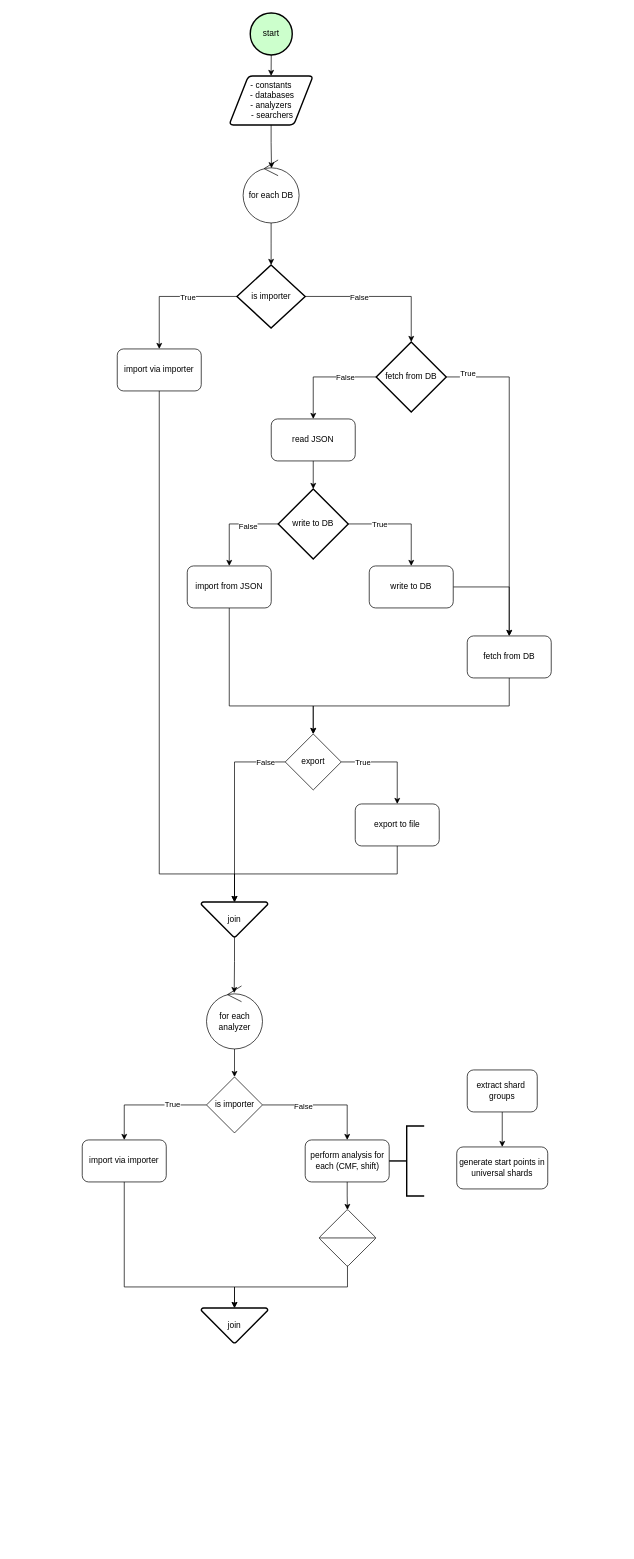
Earlier version of the draw.io diagram Untitled Diagram.drawio (UriKH/RT-CMF-sys). Source tidied: cells renumbered, new cells numbered last; positions are measured from the earlier drawing's top-left corner, leaving out a move shared by most shapes. Both pictures are drawn from the tidied source at 70%, with x=0, y=0 at pixel (82, 13).
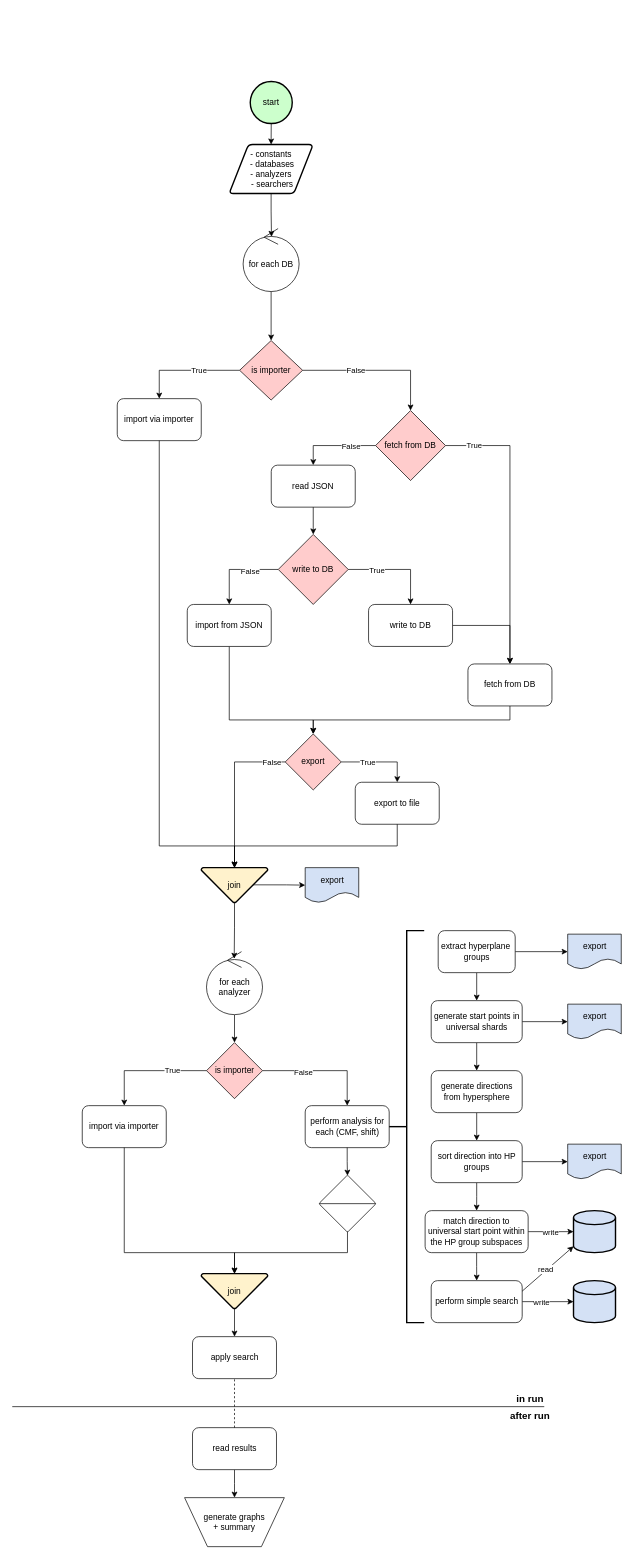
The same diagram, later.

The change refers to these unchanged cells:
```xml
<mxCell id="29" style="edgeStyle=orthogonalEdgeStyle;rounded=0;jettySize=auto;html=1;exitX=1;exitY=0.5;exitDx=0;exitDy=0;entryX=0.5;entryY=0;entryDx=0;entryDy=0;" parent="1" edge="1" source="31" target="32">
  <mxGeometry relative="1" as="geometry" />
</mxCell>
```

Diff of the diagram source:
```diff
@@
     <mxCell id="3" value="start" style="strokeWidth=2;html=1;shape=mxgraph.flowchart.start_2;whiteSpace=wrap;direction=north;fillColor=#CCFFCC;" parent="1" vertex="1">
-      <mxGeometry x="240" width="60" height="60" as="geometry" />
+      <mxGeometry x="240" y="98" width="60" height="60" as="geometry" />
     </mxCell>
-    <mxCell id="4" style="edgeStyle=orthogonalEdgeStyle;rounded=0;jettySize=auto;html=1;exitX=0;exitY=0.5;exitDx=0;exitDy=0;exitPerimeter=0;entryX=0.5;entryY=0;entryDx=0;entryDy=0;" parent="1" edge="1" source="6" target="10">
+    <mxCell id="4" style="edgeStyle=orthogonalEdgeStyle;rounded=0;jettySize=auto;html=1;exitX=0;exitY=0.5;exitDx=0;exitDy=0;entryX=0.5;entryY=0;entryDx=0;entryDy=0;" parent="1" edge="1" source="6" target="10">
       <mxGeometry relative="1" as="geometry" />
     </mxCell>
@@
-    <mxCell id="6" value="&lt;div&gt;&lt;span style=&quot;background-color: transparent; color: light-dark(rgb(0, 0, 0), rgb(255, 255, 255));&quot;&gt;is importer&lt;/span&gt;&lt;/div&gt;" style="strokeWidth=2;html=1;shape=mxgraph.flowchart.decision;whiteSpace=wrap;" parent="1" vertex="1">
-      <mxGeometry x="221" y="360" width="97.5" height="90" as="geometry" />
-    </mxCell>
     <mxCell id="7" value="&lt;span style=&quot;&quot;&gt;- constants&lt;/span&gt;&lt;div&gt;&lt;span style=&quot;background-color: transparent; color: light-dark(rgb(0, 0, 0), rgb(255, 255, 255));&quot;&gt;&amp;nbsp;- databases&lt;/span&gt;&lt;/div&gt;&lt;div&gt;&lt;span style=&quot;background-color: transparent; color: light-dark(rgb(0, 0, 0), rgb(255, 255, 255));&quot;&gt;- analyzers&lt;/span&gt;&lt;/div&gt;&lt;div&gt;&lt;span style=&quot;background-color: transparent; color: light-dark(rgb(0, 0, 0), rgb(255, 255, 255));&quot;&gt;&amp;nbsp;- searchers&lt;/span&gt;&lt;/div&gt;" style="shape=parallelogram;html=1;strokeWidth=2;perimeter=parallelogramPerimeter;whiteSpace=wrap;rounded=1;arcSize=12;size=0.23;align=center;" parent="1" vertex="1">
-      <mxGeometry x="209.8" y="90" width="120" height="70" as="geometry" />
+      <mxGeometry x="209.8" y="188" width="120" height="70" as="geometry" />
     </mxCell>
-    <mxCell id="8" style="edgeStyle=orthogonalEdgeStyle;rounded=0;jettySize=auto;html=1;exitX=1;exitY=0.5;exitDx=0;exitDy=0;exitPerimeter=0;entryX=0.5;entryY=0;entryDx=0;entryDy=0;entryPerimeter=0;" parent="1" edge="1" source="6" target="26">
+    <mxCell id="8" style="edgeStyle=orthogonalEdgeStyle;rounded=0;jettySize=auto;html=1;exitX=1;exitY=0.5;exitDx=0;exitDy=0;entryX=0.5;entryY=0;entryDx=0;entryDy=0;" parent="1" edge="1" source="6" target="26">
       <mxGeometry relative="1" as="geometry" />
     </mxCell>
@@
     <mxCell id="10" value="import via importer" style="rounded=1;whiteSpace=wrap;html=1;" parent="1" vertex="1">
-      <mxGeometry x="50" y="480" width="120" height="60" as="geometry" />
+      <mxGeometry x="50" y="551" width="120" height="60" as="geometry" />
     </mxCell>
     <mxCell id="11" value="&lt;div&gt;&lt;span style=&quot;background-color: transparent; color: light-dark(rgb(0, 0, 0), rgb(255, 255, 255));&quot;&gt;read JSON&lt;/span&gt;&lt;/div&gt;" style="rounded=1;whiteSpace=wrap;html=1;" parent="1" vertex="1">
-      <mxGeometry x="270" y="580" width="120" height="60" as="geometry" />
+      <mxGeometry x="270" y="646" width="120" height="60" as="geometry" />
     </mxCell>
     <mxCell id="12" style="edgeStyle=orthogonalEdgeStyle;rounded=0;jettySize=auto;html=1;exitX=0.5;exitY=1;exitDx=0;exitDy=0;entryX=0.5;entryY=0;entryDx=0;entryDy=0;" parent="1" edge="1" source="13" target="31">
       <mxGeometry relative="1" as="geometry">
         <Array as="points">
-          <mxPoint x="210" y="990" />
-          <mxPoint x="330" y="990" />
+          <mxPoint x="210" y="1010" />
+          <mxPoint x="330" y="1010" />
         </Array>
       </mxGeometry>
     </mxCell>
     <mxCell id="13" value="import from JSON" style="rounded=1;whiteSpace=wrap;html=1;" parent="1" vertex="1">
-      <mxGeometry x="150" y="790" width="120" height="60" as="geometry" />
+      <mxGeometry x="150" y="845" width="120" height="60" as="geometry" />
     </mxCell>
-    <mxCell id="14" style="edgeStyle=orthogonalEdgeStyle;rounded=0;jettySize=auto;html=1;exitX=0;exitY=0.5;exitDx=0;exitDy=0;exitPerimeter=0;entryX=0.5;entryY=0;entryDx=0;entryDy=0;" parent="1" edge="1" source="18" target="13">
+    <mxCell id="14" style="edgeStyle=orthogonalEdgeStyle;rounded=0;jettySize=auto;html=1;exitX=0;exitY=0.5;exitDx=0;exitDy=0;entryX=0.5;entryY=0;entryDx=0;entryDy=0;" parent="1" edge="1" source="18" target="13">
       <mxGeometry relative="1" as="geometry" />
     </mxCell>
@@
-    <mxCell id="16" style="edgeStyle=orthogonalEdgeStyle;rounded=0;jettySize=auto;html=1;exitX=1;exitY=0.5;exitDx=0;exitDy=0;exitPerimeter=0;entryX=0.5;entryY=0;entryDx=0;entryDy=0;" parent="1" edge="1" source="18" target="21">
+    <mxCell id="16" style="edgeStyle=orthogonalEdgeStyle;rounded=0;jettySize=auto;html=1;exitX=1;exitY=0.5;exitDx=0;exitDy=0;entryX=0.5;entryY=0;entryDx=0;entryDy=0;" parent="1" edge="1" source="18" target="21">
       <mxGeometry relative="1" as="geometry" />
     </mxCell>
@@
-    <mxCell id="18" value="write to DB" style="strokeWidth=2;html=1;shape=mxgraph.flowchart.decision;whiteSpace=wrap;" parent="1" vertex="1">
-      <mxGeometry x="280" y="680" width="100" height="100" as="geometry" />
-    </mxCell>
-    <mxCell id="19" style="edgeStyle=orthogonalEdgeStyle;rounded=0;jettySize=auto;html=1;exitX=0.5;exitY=1;exitDx=0;exitDy=0;entryX=0.5;entryY=0;entryDx=0;entryDy=0;entryPerimeter=0;" parent="1" edge="1" source="11" target="18">
+    <mxCell id="19" style="edgeStyle=orthogonalEdgeStyle;rounded=0;jettySize=auto;html=1;exitX=0.5;exitY=1;exitDx=0;exitDy=0;entryX=0.5;entryY=0;entryDx=0;entryDy=0;" parent="1" edge="1" source="11" target="18">
       <mxGeometry relative="1" as="geometry" />
     </mxCell>
@@
     <mxCell id="21" value="write to DB" style="rounded=1;whiteSpace=wrap;html=1;" parent="1" vertex="1">
-      <mxGeometry x="410" y="790" width="120" height="60" as="geometry" />
+      <mxGeometry x="409" y="845" width="120" height="60" as="geometry" />
     </mxCell>
-    <mxCell id="22" style="edgeStyle=orthogonalEdgeStyle;rounded=0;jettySize=auto;html=1;exitX=0;exitY=0.5;exitDx=0;exitDy=0;exitPerimeter=0;" parent="1" edge="1" source="26" target="11">
+    <mxCell id="22" style="edgeStyle=orthogonalEdgeStyle;rounded=0;jettySize=auto;html=1;exitX=0;exitY=0.5;exitDx=0;exitDy=0;entryX=0.5;entryY=0;entryDx=0;entryDy=0;" parent="1" edge="1" source="26" target="11">
       <mxGeometry relative="1" as="geometry" />
     </mxCell>
@@
-    <mxCell id="24" style="edgeStyle=orthogonalEdgeStyle;rounded=0;jettySize=auto;html=1;exitX=1;exitY=0.5;exitDx=0;exitDy=0;exitPerimeter=0;entryX=0.5;entryY=0;entryDx=0;entryDy=0;" parent="1" edge="1" source="26" target="28">
+    <mxCell id="24" style="edgeStyle=orthogonalEdgeStyle;rounded=0;jettySize=auto;html=1;exitX=1;exitY=0.5;exitDx=0;exitDy=0;entryX=0.5;entryY=0;entryDx=0;entryDy=0;" parent="1" edge="1" source="26" target="28">
       <mxGeometry relative="1" as="geometry" />
     </mxCell>
     <mxCell id="25" value="True" style="edgeLabel;html=1;align=center;verticalAlign=middle;" parent="24" vertex="1">
-      <mxGeometry x="-0.02" y="5" relative="1" as="geometry">
-        <mxPoint x="-65" y="-141" as="offset" />
-      </mxGeometry>
+      <mxGeometry x="-0.8" y="1" relative="1" as="geometry" />
     </mxCell>
-    <mxCell id="26" value="fetch from DB" style="strokeWidth=2;html=1;shape=mxgraph.flowchart.decision;whiteSpace=wrap;" parent="1" vertex="1">
-      <mxGeometry x="420" y="470" width="100" height="100" as="geometry" />
-    </mxCell>
@@
     <mxCell id="28" value="fetch from DB" style="rounded=1;whiteSpace=wrap;html=1;" parent="1" vertex="1">
-      <mxGeometry x="550" y="890" width="120" height="60" as="geometry" />
+      <mxGeometry x="551" y="930" width="120" height="60" as="geometry" />
     </mxCell>
@@
     <mxCell id="30" value="True" style="edgeLabel;html=1;align=center;verticalAlign=middle;" parent="29" vertex="1">
       <mxGeometry x="-0.17" relative="1" as="geometry">
-        <mxPoint x="-28" as="offset" />
+        <mxPoint x="-8" as="offset" />
       </mxGeometry>
     </mxCell>
-    <mxCell id="31" value="export" style="rhombus;whiteSpace=wrap;html=1;" parent="1" vertex="1">
+    <mxCell id="31" value="export" style="rhombus;whiteSpace=wrap;html=1;fillColor=#FFCCCC;" parent="1" vertex="1">
       <mxGeometry x="290" y="1030" width="80" height="80" as="geometry" />
     </mxCell>
     <mxCell id="32" value="export to file" style="rounded=1;whiteSpace=wrap;html=1;" parent="1" vertex="1">
-      <mxGeometry x="390" y="1130" width="120" height="60" as="geometry" />
+      <mxGeometry x="390" y="1099" width="120" height="60" as="geometry" />
     </mxCell>
+    <mxCell id="60" style="edgeStyle=orthogonalEdgeStyle;rounded=0;jettySize=auto;html=1;exitX=0.776;exitY=0.491;exitDx=0;exitDy=0;exitPerimeter=0;entryX=0;entryY=0.5;entryDx=0;entryDy=0;" parent="1" edge="1" source="33" target="84">
+      <mxGeometry relative="1" as="geometry" />
+    </mxCell>
-    <mxCell id="33" value="join" style="strokeWidth=2;html=1;shape=mxgraph.flowchart.merge_or_storage;whiteSpace=wrap;" parent="1" vertex="1">
-      <mxGeometry x="170" y="1270" width="95" height="50" as="geometry" />
+    <mxCell id="33" value="join" style="strokeWidth=2;html=1;shape=mxgraph.flowchart.merge_or_storage;whiteSpace=wrap;fillColor=#FFF2CC;" parent="1" vertex="1">
+      <mxGeometry x="170" y="1221" width="95" height="50" as="geometry" />
     </mxCell>
-    <mxCell id="34" style="edgeStyle=orthogonalEdgeStyle;rounded=0;jettySize=auto;html=1;exitX=0.5;exitY=1;exitDx=0;exitDy=0;entryX=0.5;entryY=0;entryDx=0;entryDy=0;entryPerimeter=0;" parent="1" edge="1" source="32" target="33">
-      <mxGeometry relative="1" as="geometry" />
-    </mxCell>
@@
     <mxCell id="37" style="edgeStyle=orthogonalEdgeStyle;rounded=0;jettySize=auto;html=1;exitX=0.5;exitY=1;exitDx=0;exitDy=0;entryX=0.5;entryY=0;entryDx=0;entryDy=0;entryPerimeter=0;" parent="1" edge="1" source="10" target="33">
       <mxGeometry relative="1" as="geometry">
         <Array as="points">
-          <mxPoint x="110" y="1230" />
-          <mxPoint x="218" y="1230" />
+          <mxPoint x="110" y="1190" />
+          <mxPoint x="218" y="1190" />
         </Array>
       </mxGeometry>
     </mxCell>
-    <mxCell id="38" style="edgeStyle=orthogonalEdgeStyle;rounded=0;jettySize=auto;html=1;" parent="1" edge="1" source="39" target="6">
+    <mxCell id="38" style="edgeStyle=orthogonalEdgeStyle;rounded=0;jettySize=auto;html=1;entryX=0.5;entryY=0;entryDx=0;entryDy=0;" parent="1" edge="1" source="39" target="6">
       <mxGeometry relative="1" as="geometry" />
     </mxCell>
     <mxCell id="39" value="for each DB" style="ellipse;shape=umlControl;whiteSpace=wrap;html=1;" parent="1" vertex="1">
-      <mxGeometry x="229.8" y="210" width="80" height="90" as="geometry" />
+      <mxGeometry x="229.8" y="308" width="80" height="90" as="geometry" />
     </mxCell>
@@
     <mxCell id="42" value="for each analyzer" style="ellipse;shape=umlControl;whiteSpace=wrap;html=1;" parent="1" vertex="1">
-      <mxGeometry x="177.5" y="1390" width="80" height="90" as="geometry" />
+      <mxGeometry x="177.5" y="1341" width="80" height="90" as="geometry" />
     </mxCell>
@@
     <mxCell id="44" value="import via importer" style="rounded=1;whiteSpace=wrap;html=1;" parent="1" vertex="1">
-      <mxGeometry y="1610" width="120" height="60" as="geometry" />
+      <mxGeometry y="1561" width="120" height="60" as="geometry" />
     </mxCell>
@@
-    <mxCell id="49" value="is importer" style="rhombus;whiteSpace=wrap;html=1;" parent="1" vertex="1">
-      <mxGeometry x="177.5" y="1520" width="80" height="80" as="geometry" />
+    <mxCell id="49" value="is importer" style="rhombus;whiteSpace=wrap;html=1;fillColor=#FFCCCC;" parent="1" vertex="1">
+      <mxGeometry x="177.5" y="1471" width="80" height="80" as="geometry" />
     </mxCell>
     <mxCell id="50" value="perform analysis for each (CMF, shift)" style="rounded=1;whiteSpace=wrap;html=1;" parent="1" vertex="1">
-      <mxGeometry x="318.5" y="1610" width="120" height="60" as="geometry" />
+      <mxGeometry x="318.5" y="1561" width="120" height="60" as="geometry" />
     </mxCell>
     <mxCell id="51" style="verticalLabelPosition=bottom;verticalAlign=top;html=1;shape=mxgraph.flowchart.sort;" parent="1" vertex="1">
-      <mxGeometry x="338.8" y="1710" width="80.2" height="80" as="geometry" />
+      <mxGeometry x="338.8" y="1661" width="80.2" height="80" as="geometry" />
     </mxCell>
@@
+    <mxCell id="61" style="edgeStyle=orthogonalEdgeStyle;rounded=0;jettySize=auto;html=1;exitX=0.5;exitY=1;exitDx=0;exitDy=0;exitPerimeter=0;entryX=0.5;entryY=0;entryDx=0;entryDy=0;" parent="1" edge="1" source="53" target="77">
+      <mxGeometry relative="1" as="geometry" />
+    </mxCell>
-    <mxCell id="53" value="join" style="strokeWidth=2;html=1;shape=mxgraph.flowchart.merge_or_storage;whiteSpace=wrap;" parent="1" vertex="1">
-      <mxGeometry x="170" y="1850" width="95" height="50" as="geometry" />
+    <mxCell id="53" value="join" style="strokeWidth=2;html=1;shape=mxgraph.flowchart.merge_or_storage;whiteSpace=wrap;fillColor=#FFF2CC;" parent="1" vertex="1">
+      <mxGeometry x="170" y="1801" width="95" height="50" as="geometry" />
     </mxCell>
     <mxCell id="54" style="edgeStyle=orthogonalEdgeStyle;rounded=0;jettySize=auto;html=1;exitX=0.5;exitY=1;exitDx=0;exitDy=0;entryX=0.5;entryY=0;entryDx=0;entryDy=0;entryPerimeter=0;" parent="1" edge="1" source="44" target="53">
       <mxGeometry relative="1" as="geometry">
         <Array as="points">
-          <mxPoint x="60" y="1820" />
-          <mxPoint x="218" y="1820" />
+          <mxPoint x="60" y="1771" />
+          <mxPoint x="218" y="1771" />
         </Array>
       </mxGeometry>
     </mxCell>
@@
     <mxCell id="56" style="strokeWidth=2;html=1;shape=mxgraph.flowchart.annotation_2;align=left;labelPosition=right;" parent="1" vertex="1">
-      <mxGeometry x="438.5" y="1590" width="50" height="100" as="geometry" />
+      <mxGeometry x="438.5" y="1311" width="50" height="560" as="geometry" />
     </mxCell>
@@
+    <mxCell id="62" style="edgeStyle=orthogonalEdgeStyle;rounded=0;jettySize=auto;html=1;" parent="1" edge="1" source="58" target="83">
+      <mxGeometry relative="1" as="geometry" />
+    </mxCell>
-    <mxCell id="58" value="extract shard&amp;nbsp; groups" style="rounded=1;whiteSpace=wrap;html=1;" parent="1" vertex="1">
-      <mxGeometry x="550" y="1510" width="100" height="60" as="geometry" />
+    <mxCell id="58" value="extract hyperplane&amp;nbsp; groups" style="rounded=1;whiteSpace=wrap;html=1;" parent="1" vertex="1">
+      <mxGeometry x="508.5" y="1311" width="110" height="60" as="geometry" />
     </mxCell>
+    <mxCell id="63" style="edgeStyle=orthogonalEdgeStyle;rounded=0;jettySize=auto;html=1;exitX=0.5;exitY=1;exitDx=0;exitDy=0;entryX=0.5;entryY=0;entryDx=0;entryDy=0;" parent="1" edge="1" source="59" target="66">
+      <mxGeometry relative="1" as="geometry" />
+    </mxCell>
+    <mxCell id="64" style="edgeStyle=orthogonalEdgeStyle;rounded=0;jettySize=auto;html=1;" parent="1" edge="1" source="59" target="85">
+      <mxGeometry relative="1" as="geometry" />
+    </mxCell>
     <mxCell id="59" value="generate start points in universal shards" style="rounded=1;whiteSpace=wrap;html=1;" parent="1" vertex="1">
-      <mxGeometry x="535" y="1620" width="130" height="60" as="geometry" />
+      <mxGeometry x="498.5" y="1411" width="130" height="60" as="geometry" />
     </mxCell>
+    <mxCell id="65" style="edgeStyle=orthogonalEdgeStyle;rounded=0;jettySize=auto;html=1;exitX=0.5;exitY=1;exitDx=0;exitDy=0;entryX=0.5;entryY=0;entryDx=0;entryDy=0;" parent="1" edge="1" source="66" target="69">
+      <mxGeometry relative="1" as="geometry" />
+    </mxCell>
+    <mxCell id="66" value="generate directions from hypersphere" style="rounded=1;whiteSpace=wrap;html=1;" parent="1" vertex="1">
+      <mxGeometry x="498.5" y="1511" width="130" height="60" as="geometry" />
+    </mxCell>
+    <mxCell id="67" style="edgeStyle=orthogonalEdgeStyle;rounded=0;jettySize=auto;html=1;exitX=0.5;exitY=1;exitDx=0;exitDy=0;entryX=0.5;entryY=0;entryDx=0;entryDy=0;" parent="1" edge="1" source="69" target="73">
+      <mxGeometry relative="1" as="geometry" />
+    </mxCell>
+    <mxCell id="68" style="edgeStyle=orthogonalEdgeStyle;rounded=0;jettySize=auto;html=1;" parent="1" edge="1" source="69" target="86">
+      <mxGeometry relative="1" as="geometry" />
+    </mxCell>
+    <mxCell id="69" value="sort direction into HP groups" style="rounded=1;whiteSpace=wrap;html=1;" parent="1" vertex="1">
+      <mxGeometry x="498.5" y="1611" width="130" height="60" as="geometry" />
+    </mxCell>
+    <mxCell id="70" style="edgeStyle=orthogonalEdgeStyle;rounded=0;jettySize=auto;html=1;exitX=0.5;exitY=1;exitDx=0;exitDy=0;entryX=0.5;entryY=0;entryDx=0;entryDy=0;" parent="1" edge="1" source="73" target="76">
+      <mxGeometry relative="1" as="geometry" />
+    </mxCell>
+    <mxCell id="71" style="edgeStyle=orthogonalEdgeStyle;rounded=0;jettySize=auto;html=1;" parent="1" edge="1" source="73" target="87">
+      <mxGeometry relative="1" as="geometry" />
+    </mxCell>
+    <mxCell id="72" value="write" style="edgeLabel;html=1;align=center;verticalAlign=middle;" parent="71" vertex="1">
+      <mxGeometry x="0.05" relative="1" as="geometry">
+        <mxPoint x="-3" as="offset" />
+      </mxGeometry>
+    </mxCell>
+    <mxCell id="73" value="match direction to universal start point within the HP group subspaces" style="rounded=1;whiteSpace=wrap;html=1;" parent="1" vertex="1">
+      <mxGeometry x="489.8" y="1711" width="147.2" height="60" as="geometry" />
+    </mxCell>
+    <mxCell id="74" style="edgeStyle=orthogonalEdgeStyle;rounded=0;jettySize=auto;html=1;" parent="1" edge="1" source="76" target="82">
+      <mxGeometry relative="1" as="geometry" />
+    </mxCell>
+    <mxCell id="75" value="write" style="edgeLabel;html=1;align=center;verticalAlign=middle;" parent="74" vertex="1">
+      <mxGeometry x="0.17" y="-1" relative="1" as="geometry">
+        <mxPoint x="-16" y="-1" as="offset" />
+      </mxGeometry>
+    </mxCell>
+    <mxCell id="76" value="perform simple search" style="rounded=1;whiteSpace=wrap;html=1;" parent="1" vertex="1">
+      <mxGeometry x="498.5" y="1811" width="130" height="60" as="geometry" />
+    </mxCell>
+    <mxCell id="77" value="apply search" style="rounded=1;whiteSpace=wrap;html=1;" parent="1" vertex="1">
+      <mxGeometry x="157.5" y="1891" width="120" height="60" as="geometry" />
+    </mxCell>
+    <mxCell id="78" style="endArrow=none;html=1;rounded=0;" parent="1" edge="1">
+      <mxGeometry relative="1" as="geometry">
+        <mxPoint x="-100" y="1991" as="sourcePoint" />
+        <mxPoint x="660" y="1991" as="targetPoint" />
+      </mxGeometry>
+    </mxCell>
+    <mxCell id="79" style="edgeStyle=orthogonalEdgeStyle;rounded=0;jettySize=auto;html=1;" parent="1" edge="1" source="80" target="92">
+      <mxGeometry relative="1" as="geometry" />
+    </mxCell>
+    <mxCell id="80" value="read results" style="rounded=1;whiteSpace=wrap;html=1;" parent="1" vertex="1">
+      <mxGeometry x="157.5" y="2021" width="120" height="60" as="geometry" />
+    </mxCell>
+    <mxCell id="81" style="endArrow=none;dashed=1;html=1;rounded=0;entryX=0.5;entryY=1;entryDx=0;entryDy=0;exitX=0.5;exitY=0;exitDx=0;exitDy=0;" parent="1" edge="1" source="80" target="77">
+      <mxGeometry relative="1" as="geometry" />
+    </mxCell>
+    <mxCell id="82" style="strokeWidth=2;html=1;shape=mxgraph.flowchart.database;whiteSpace=wrap;fillColor=#D4E1F5;" parent="1" vertex="1">
+      <mxGeometry x="701.8" y="1811" width="60" height="60" as="geometry" />
+    </mxCell>
+    <mxCell id="83" value="export" style="shape=document;whiteSpace=wrap;html=1;boundedLbl=1;rounded=1;fillColor=#D4E1F5;" parent="1" vertex="1">
+      <mxGeometry x="693.5" y="1316" width="76.5" height="50" as="geometry" />
+    </mxCell>
+    <mxCell id="84" value="export" style="shape=document;whiteSpace=wrap;html=1;boundedLbl=1;rounded=1;fillColor=#D4E1F5;" parent="1" vertex="1">
+      <mxGeometry x="318.5" y="1221" width="76.5" height="50" as="geometry" />
+    </mxCell>
+    <mxCell id="85" value="export" style="shape=document;whiteSpace=wrap;html=1;boundedLbl=1;rounded=1;fillColor=#D4E1F5;" parent="1" vertex="1">
+      <mxGeometry x="693.5" y="1416" width="76.5" height="50" as="geometry" />
+    </mxCell>
+    <mxCell id="86" value="export" style="shape=document;whiteSpace=wrap;html=1;boundedLbl=1;rounded=1;fillColor=#D4E1F5;" parent="1" vertex="1">
+      <mxGeometry x="693.5" y="1616" width="76.5" height="50" as="geometry" />
+    </mxCell>
+    <mxCell id="87" style="strokeWidth=2;html=1;shape=mxgraph.flowchart.database;whiteSpace=wrap;fillColor=#D4E1F5;" parent="1" vertex="1">
+      <mxGeometry x="701.8" y="1711" width="60" height="60" as="geometry" />
+    </mxCell>
+    <mxCell id="88" style="rounded=0;jettySize=auto;html=1;exitX=1;exitY=0.25;exitDx=0;exitDy=0;entryX=0;entryY=0.85;entryDx=0;entryDy=0;entryPerimeter=0;" parent="1" edge="1" source="76" target="87">
+      <mxGeometry relative="1" as="geometry" />
+    </mxCell>
+    <mxCell id="89" value="read" style="edgeLabel;html=1;align=center;verticalAlign=middle;" parent="88" vertex="1">
+      <mxGeometry x="-0.05" y="2" relative="1" as="geometry" />
+    </mxCell>
+    <mxCell id="90" value="&lt;b&gt;&lt;font style=&quot;font-size: 14px;&quot;&gt;in run&lt;/font&gt;&lt;/b&gt;" style="text;html=1;whiteSpace=wrap;strokeColor=none;fillColor=none;align=center;verticalAlign=middle;rounded=0;" parent="1" vertex="1">
+      <mxGeometry x="610" y="1965" width="60" height="30" as="geometry" />
+    </mxCell>
+    <mxCell id="91" value="&lt;font style=&quot;font-size: 14px;&quot;&gt;&lt;b&gt;after run&lt;/b&gt;&lt;/font&gt;" style="text;html=1;whiteSpace=wrap;strokeColor=none;fillColor=none;align=center;verticalAlign=middle;rounded=0;" parent="1" vertex="1">
+      <mxGeometry x="610" y="1989" width="60" height="30" as="geometry" />
+    </mxCell>
+    <mxCell id="92" value="generate graphs +&amp;nbsp;&lt;span style=&quot;background-color: transparent; color: light-dark(rgb(0, 0, 0), rgb(255, 255, 255));&quot;&gt;summary&lt;/span&gt;" style="verticalLabelPosition=middle;verticalAlign=middle;html=1;shape=trapezoid;perimeter=trapezoidPerimeter;whiteSpace=wrap;size=0.23;arcSize=10;flipV=1;labelPosition=center;align=center;" parent="1" vertex="1">
+      <mxGeometry x="146.2" y="2121" width="142.5" height="70" as="geometry" />
+    </mxCell>
+    <mxCell id="6" value="is importer" style="rhombus;whiteSpace=wrap;html=1;fillColor=#FFCCCC;" parent="1" vertex="1">
+      <mxGeometry x="224.8" y="468" width="90" height="85" as="geometry" />
+    </mxCell>
+    <mxCell id="26" value="fetch from DB" style="rhombus;whiteSpace=wrap;html=1;fillColor=#FFCCCC;" parent="1" vertex="1">
+      <mxGeometry x="419" y="568" width="100" height="100" as="geometry" />
+    </mxCell>
+    <mxCell id="18" value="write to DB" style="rhombus;whiteSpace=wrap;html=1;fillColor=#FFCCCC;" parent="1" vertex="1">
+      <mxGeometry x="280" y="745" width="100" height="100" as="geometry" />
+    </mxCell>
+    <mxCell id="34" style="edgeStyle=orthogonalEdgeStyle;rounded=0;jettySize=auto;html=1;exitX=0.5;exitY=1;exitDx=0;exitDy=0;entryX=0.5;entryY=0;entryDx=0;entryDy=0;entryPerimeter=0;" parent="1" edge="1" source="32" target="33">
+      <mxGeometry relative="1" as="geometry" />
+    </mxCell>
```
